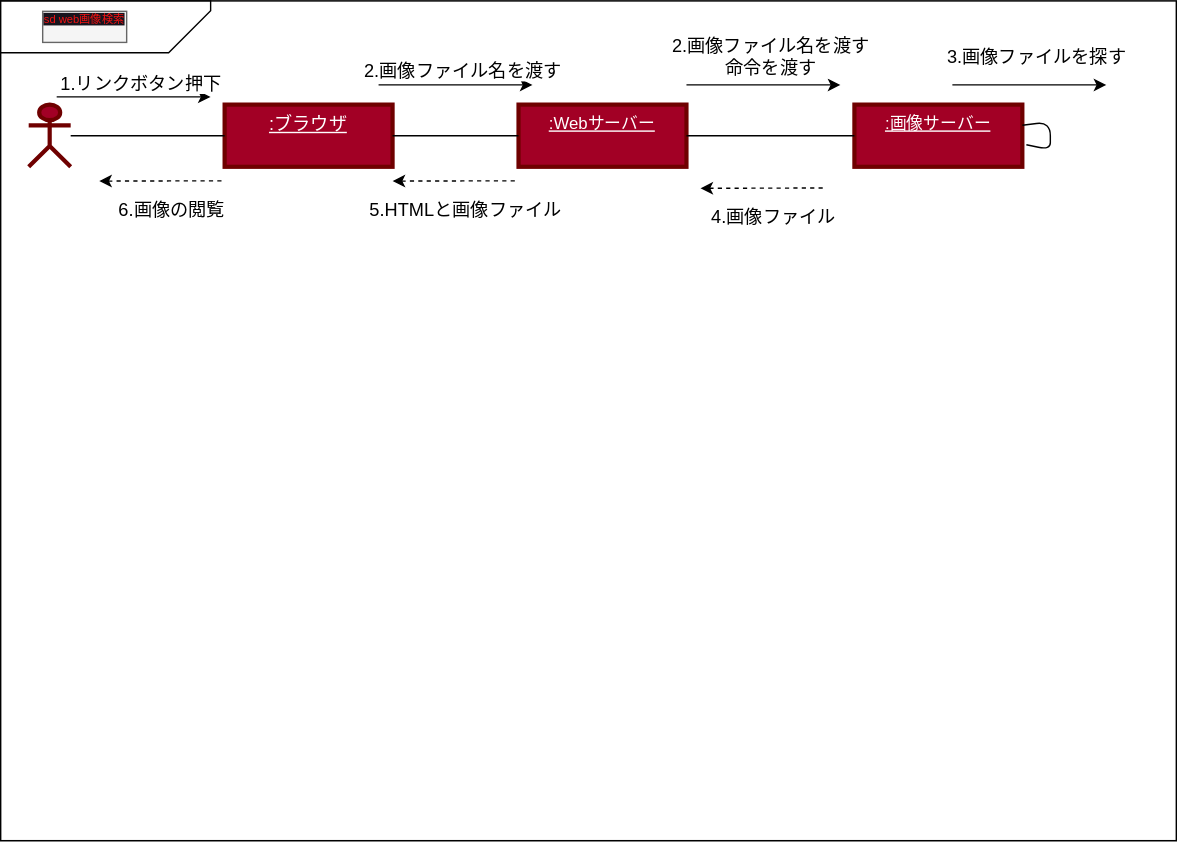
Before: 演習５/演習５-1_CD_Web画像検索.drawio.svg, a diagram exported from draw.io (Kuya0307/unl-introduction). Source tidied: cells renumbered, new cells last; positions are measured from the earlier drawing's top-left corner, leaving out a move shared by most shapes.
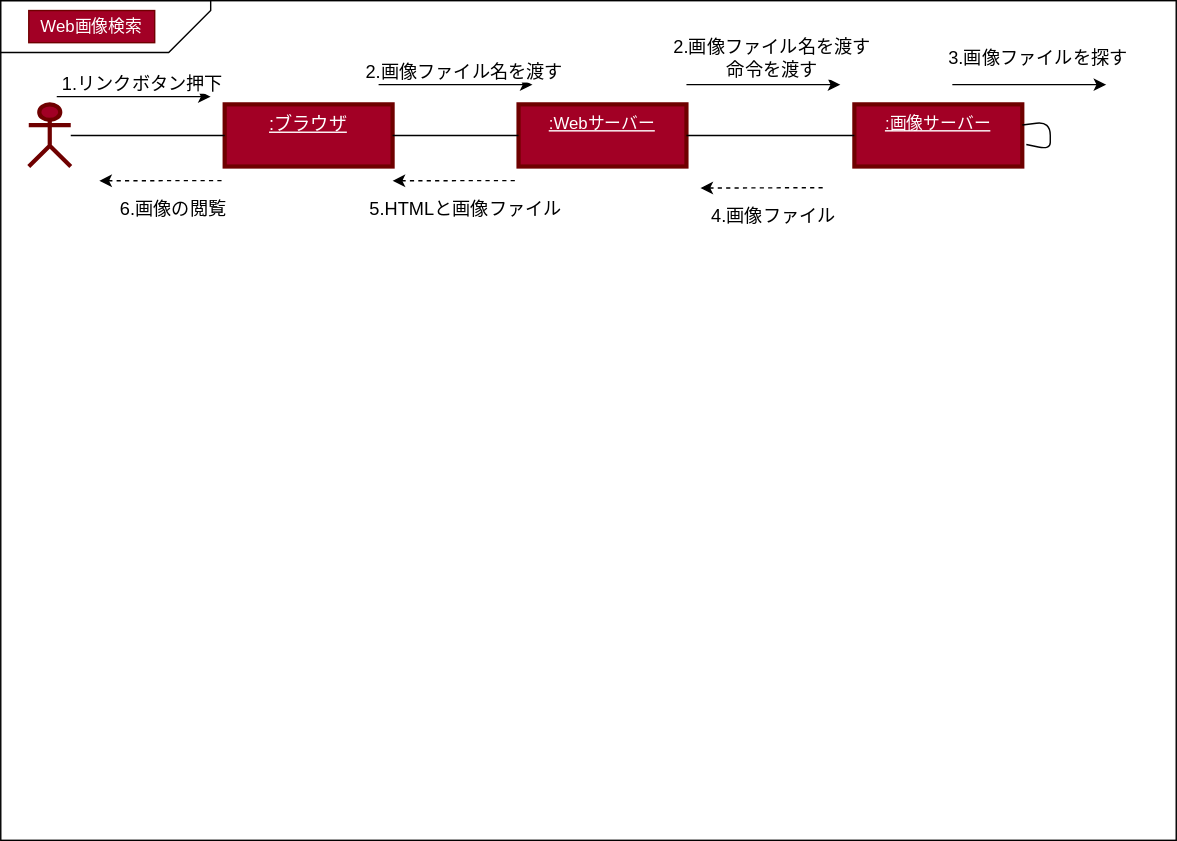
After the commit.

The edit, as a diff of the source:
```diff
@@ -11,9 +11,6 @@
     <mxCell id="4" style="shape=card;whiteSpace=wrap;html=1;rotation=-180;align=center;" parent="2" vertex="1">
       <mxGeometry width="150" height="37" as="geometry" />
     </mxCell>
-    <mxCell id="5" value="&lt;span style=&quot;background-color: rgb(24, 20, 29); font-size: 8px;&quot;&gt;&lt;font color=&quot;#f31212&quot;&gt;sd web画像検索&lt;br&gt;&lt;/font&gt;&lt;br&gt;&lt;/span&gt;" style="text;html=1;strokeColor=#666666;fillColor=#f5f5f5;align=center;verticalAlign=middle;whiteSpace=wrap;rounded=0;fontColor=#333333;" parent="2" vertex="1">
-      <mxGeometry x="30" y="7.4" width="60" height="22.2" as="geometry" />
-    </mxCell>
     <mxCell id="6" value=":ユーザ" style="shape=umlActor;verticalLabelPosition=bottom;verticalAlign=top;html=1;outlineConnect=0;strokeWidth=3;fontSize=12;fillColor=#a20025;fontColor=#ffffff;strokeColor=#6F0000;" parent="2" vertex="1">
       <mxGeometry x="20" y="74.1" width="30" height="44.4" as="geometry" />
     </mxCell>
@@ -124,5 +121,8 @@
         <mxPoint y="21" as="offset" />
       </mxGeometry>
     </mxCell>
+    <mxCell id="28" value="Web画像検索" style="rounded=0;whiteSpace=wrap;html=1;fillColor=#a20025;fontColor=#ffffff;strokeColor=#6F0000;" parent="2" vertex="1">
+      <mxGeometry x="20" y="7" width="90" height="23" as="geometry" />
+    </mxCell>
   </root>
 </mxGraphModel>
```
